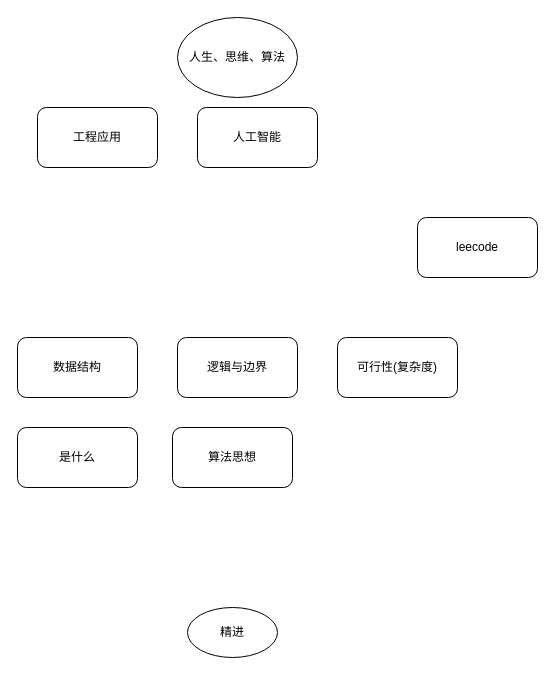
This is menus/suanfamoxing.drawio from Asamiyaa/microservice-k8s-yun, a draw.io file, before an edit. Source tidied: cells renumbered, new cells numbered last; positions are measured from the earlier drawing's top-left corner, leaving out a move shared by most shapes. Both pictures are drawn from the tidied source at 100%, with x=0, y=0 at pixel (17, 17).
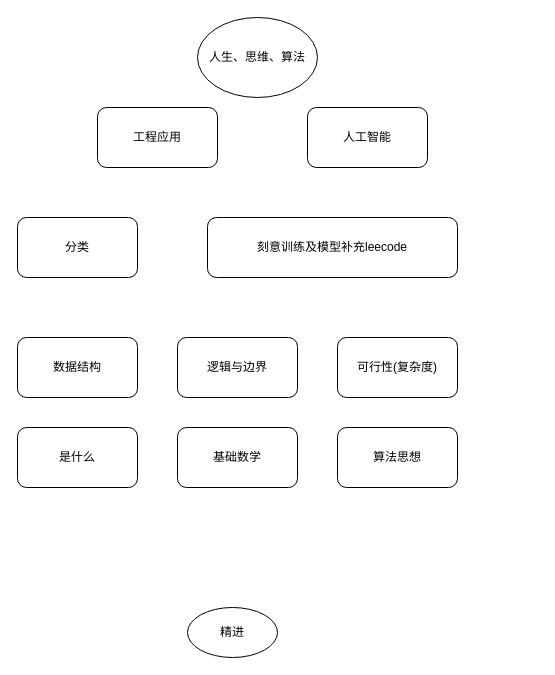
After the change.

The edit, as a diff of the source:
```diff
@@
 <mxGraphModel>
   <root>
     <mxCell id="0" />
     <mxCell id="1" parent="0" />
     <mxCell id="2" value="人生、思维、算法" style="ellipse;whiteSpace=wrap;html=1;" parent="1" vertex="1">
-      <mxGeometry x="160" width="120" height="80" as="geometry" />
+      <mxGeometry x="180" width="120" height="80" as="geometry" />
     </mxCell>
     <mxCell id="3" value="算法思想" style="rounded=1;whiteSpace=wrap;html=1;" parent="1" vertex="1">
-      <mxGeometry x="155" y="410" width="120" height="60" as="geometry" />
+      <mxGeometry x="320" y="410" width="120" height="60" as="geometry" />
     </mxCell>
     <mxCell id="4" value="数据结构" style="rounded=1;whiteSpace=wrap;html=1;" parent="1" vertex="1">
       <mxGeometry y="320" width="120" height="60" as="geometry" />
     </mxCell>
-    <mxCell id="5" value="leecode" style="rounded=1;whiteSpace=wrap;html=1;" parent="1" vertex="1">
-      <mxGeometry x="400" y="200" width="120" height="60" as="geometry" />
+    <mxCell id="5" value="刻意训练及模型补充leecode" style="rounded=1;whiteSpace=wrap;html=1;" parent="1" vertex="1">
+      <mxGeometry x="190" y="200" width="250" height="60" as="geometry" />
     </mxCell>
     <mxCell id="6" value="逻辑与边界" style="rounded=1;whiteSpace=wrap;html=1;" parent="1" vertex="1">
       <mxGeometry x="160" y="320" width="120" height="60" as="geometry" />
     </mxCell>
     <mxCell id="7" value="工程应用" style="rounded=1;whiteSpace=wrap;html=1;" parent="1" vertex="1">
-      <mxGeometry x="20" y="90" width="120" height="60" as="geometry" />
+      <mxGeometry x="80" y="90" width="120" height="60" as="geometry" />
     </mxCell>
     <mxCell id="8" value="人工智能" style="rounded=1;whiteSpace=wrap;html=1;" parent="1" vertex="1">
-      <mxGeometry x="180" y="90" width="120" height="60" as="geometry" />
+      <mxGeometry x="290" y="90" width="120" height="60" as="geometry" />
     </mxCell>
     <mxCell id="9" value="精进" style="ellipse;whiteSpace=wrap;html=1;" parent="1" vertex="1">
       <mxGeometry x="170" y="590" width="90" height="50" as="geometry" />
     </mxCell>
     <mxCell id="10" value="是什么" style="rounded=1;whiteSpace=wrap;html=1;" parent="1" vertex="1">
       <mxGeometry y="410" width="120" height="60" as="geometry" />
     </mxCell>
     <mxCell id="11" value="可行性(复杂度)" style="rounded=1;whiteSpace=wrap;html=1;" parent="1" vertex="1">
       <mxGeometry x="320" y="320" width="120" height="60" as="geometry" />
     </mxCell>
+    <mxCell id="12" value="基础数学" style="rounded=1;whiteSpace=wrap;html=1;" parent="1" vertex="1">
+      <mxGeometry x="160" y="410" width="120" height="60" as="geometry" />
+    </mxCell>
+    <mxCell id="13" value="分类" style="rounded=1;whiteSpace=wrap;html=1;" parent="1" vertex="1">
+      <mxGeometry y="200" width="120" height="60" as="geometry" />
+    </mxCell>
   </root>
 </mxGraphModel>
```
